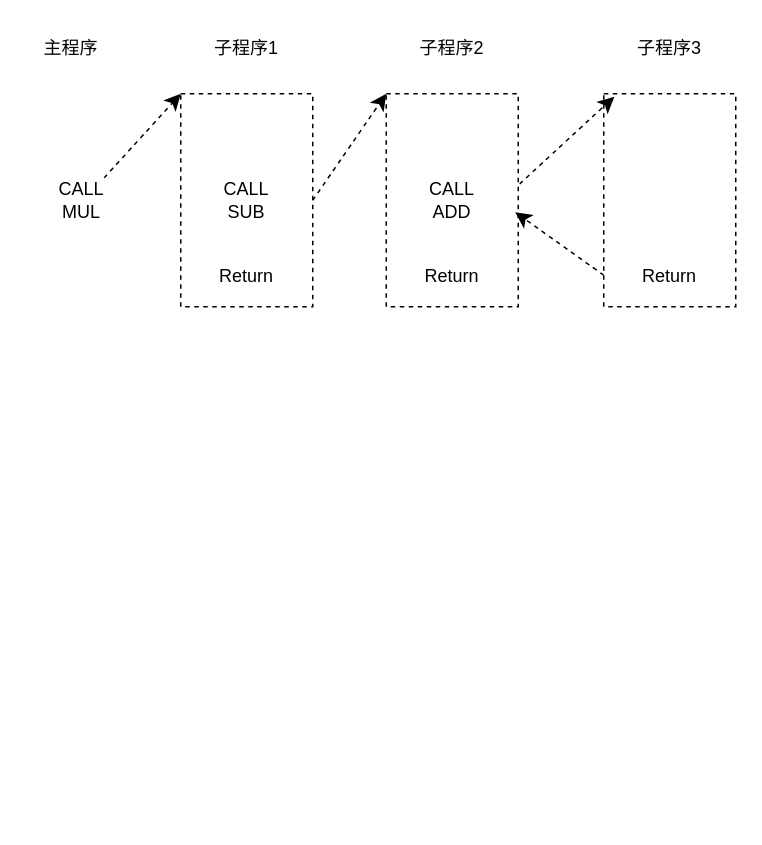
The draw.io diagram directory/RAS.drawio in lllwwwooo/draw.io, before the edit. Source tidied: cells renumbered, new cells numbered last; positions are measured from the earlier drawing's top-left corner, leaving out a move shared by most shapes. Both pictures are drawn from the tidied source at 150%, with x=0, y=0 at pixel (26, 26).
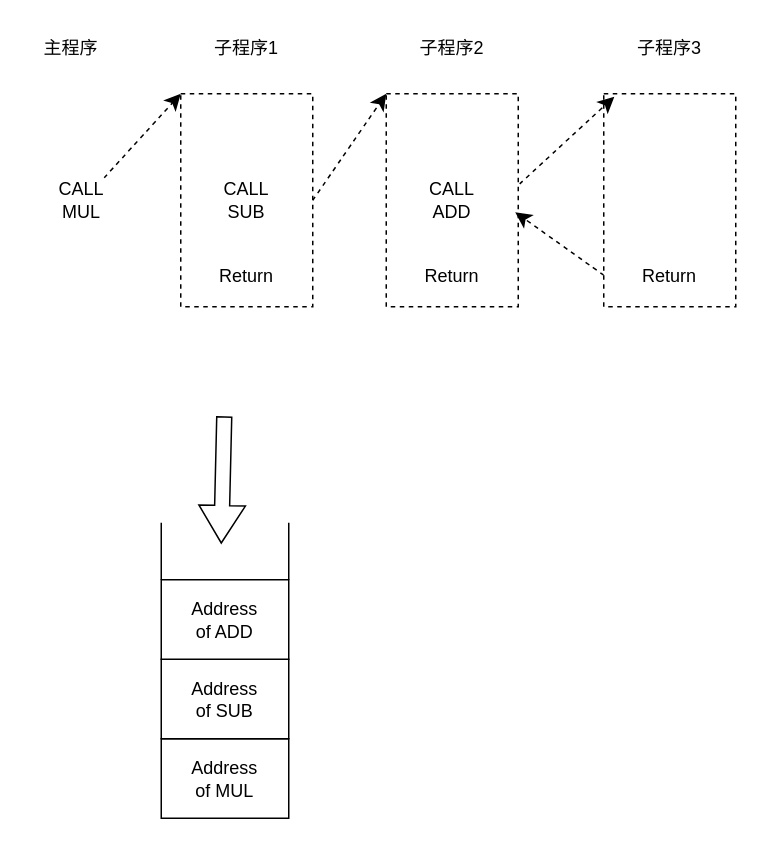
After the change.

What changed in the source:
```diff
@@
+    <mxCell id="14" value="Address&lt;div&gt;of MUL&lt;/div&gt;" style="rounded=0;whiteSpace=wrap;html=1;" parent="1" vertex="1">
+      <mxGeometry x="90" y="475" width="85" height="53" as="geometry" />
+    </mxCell>
+    <mxCell id="15" value="Address&lt;div&gt;of SUB&lt;/div&gt;" style="rounded=0;whiteSpace=wrap;html=1;" parent="1" vertex="1">
+      <mxGeometry x="90" y="422" width="85" height="53" as="geometry" />
+    </mxCell>
+    <mxCell id="16" value="Address&lt;div&gt;of ADD&lt;/div&gt;" style="rounded=0;whiteSpace=wrap;html=1;" parent="1" vertex="1">
+      <mxGeometry x="90" y="369" width="85" height="53" as="geometry" />
+    </mxCell>
+    <mxCell id="17" style="endArrow=none;html=1;rounded=0;fontSize=12;startSize=8;endSize=8;curved=1;exitX=0;exitY=0;exitDx=0;exitDy=0;" parent="1" edge="1" source="16">
+      <mxGeometry relative="1" as="geometry">
+        <mxPoint x="90" y="331" as="targetPoint" />
+      </mxGeometry>
+    </mxCell>
+    <mxCell id="18" style="endArrow=none;html=1;rounded=0;fontSize=12;startSize=8;endSize=8;curved=1;exitX=1;exitY=0;exitDx=0;exitDy=0;" parent="1" edge="1" source="16">
+      <mxGeometry relative="1" as="geometry">
+        <mxPoint x="175" y="331" as="targetPoint" />
+      </mxGeometry>
+    </mxCell>
+    <mxCell id="19" style="shape=flexArrow;endArrow=classic;html=1;rounded=0;fontSize=12;startSize=8;endSize=8;curved=1;" parent="1" edge="1">
+      <mxGeometry relative="1" as="geometry">
+        <mxPoint x="132" y="260" as="sourcePoint" />
+        <mxPoint x="130" y="345" as="targetPoint" />
+      </mxGeometry>
+    </mxCell>
```
